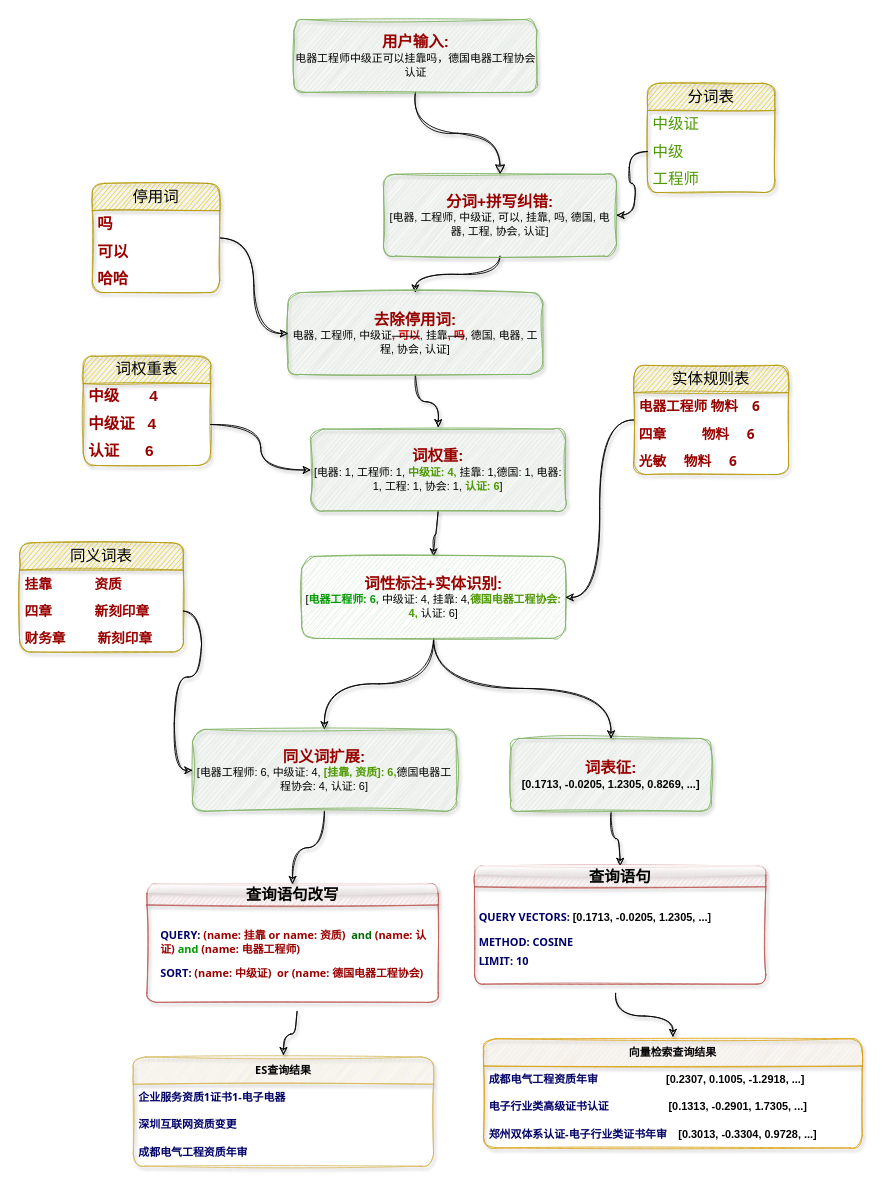
xuhaowork/myStudio keeps this draw.io diagram as 未命名绘图.drawio. Above is the earlier version. Source tidied: cells renumbered, new cells numbered last; positions are measured from the earlier drawing's top-left corner, leaving out a move shared by most shapes. Both pictures are drawn from the tidied source at 91%, with x=0, y=0 at pixel (19, 19).
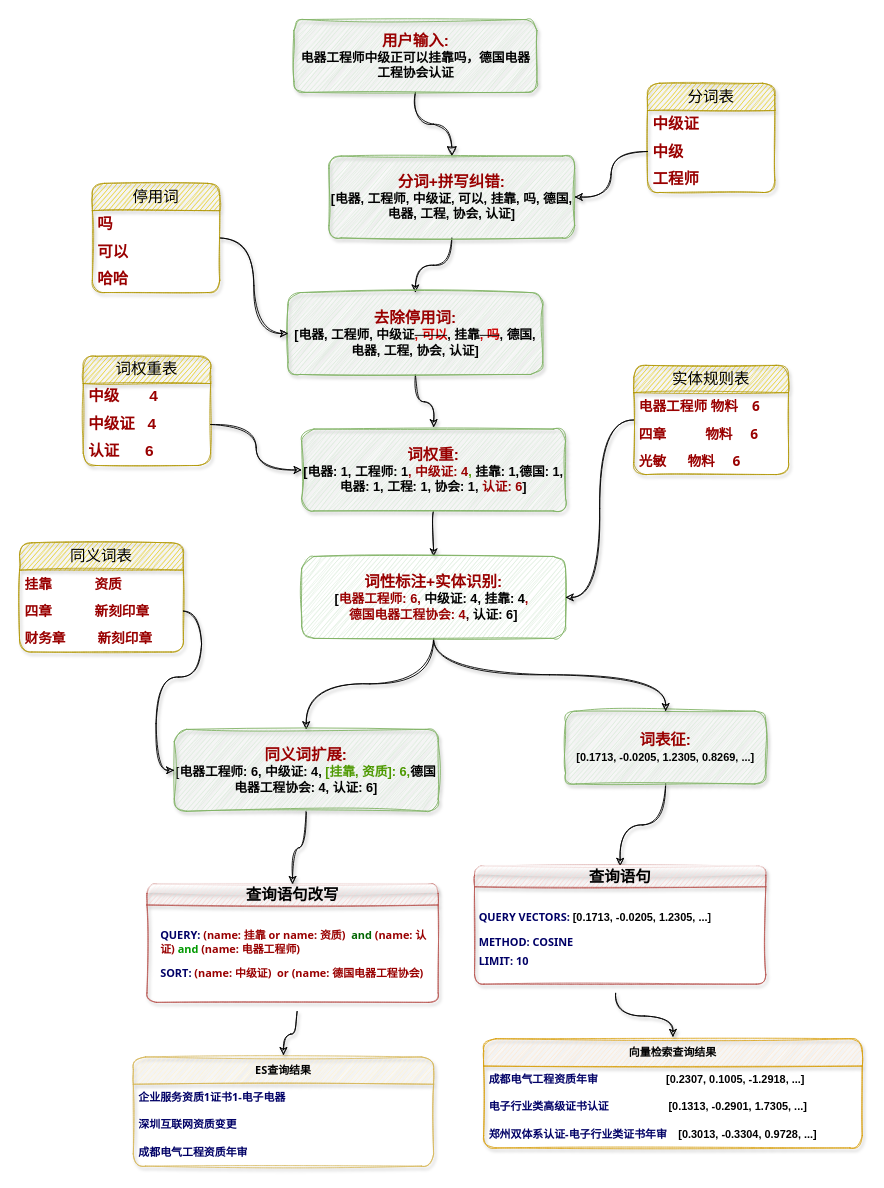
After the change.

Commit message (it also covers changes not shown here):
更新未命名绘图.drawio

The change refers to these unchanged cells:
```xml
<mxCell id="28" value="分词表" style="swimlane;fontStyle=0;horizontal=1;startSize=30;whiteSpace=wrap;html=1;rounded=1;shadow=1;dashed=1;dashPattern=1 1;sketch=1;fontFamily=Tahoma;fontSize=17;fontColor=#000000;fillColor=#e3c800;strokeColor=#B09500;" parent="1" vertex="1">
  <mxGeometry x="690" y="70" width="140" height="120" as="geometry" />
</mxCell>
<mxCell id="34" value="&lt;font style=&quot;font-size: 17px;&quot;&gt;实体规则表&lt;/font&gt;" style="swimlane;fontStyle=0;horizontal=1;startSize=30;whiteSpace=wrap;html=1;rounded=1;shadow=1;dashed=1;dashPattern=1 1;sketch=1;fontFamily=Tahoma;fontSize=12;fontColor=#000000;fillColor=#e3c800;strokeColor=#B09500;" parent="1" vertex="1">
  <mxGeometry x="675" y="380" width="170" height="120" as="geometry" />
</mxCell>
```

What changed in the source:
```diff
@@
-    <mxCell id="3" value="&lt;b style=&quot;font-size: 17px;&quot;&gt;&lt;font style=&quot;font-size: 17px;&quot; color=&quot;#990000&quot;&gt;用户输入:&lt;/font&gt;&lt;br&gt;&lt;/b&gt;&lt;font face=&quot;Tahoma&quot;&gt;电器工程师中级正可以挂靠吗，德国电器工程协会认证&lt;/font&gt;" style="rounded=1;whiteSpace=wrap;html=1;fontSize=12;glass=0;strokeWidth=1;shadow=1;sketch=1;curveFitting=1;jiggle=2;fillColor=#d5e8d4;strokeColor=#82b366;" parent="1" vertex="1">
+    <mxCell id="3" value="&lt;b style=&quot;font-size: 17px;&quot;&gt;&lt;font style=&quot;font-size: 17px;&quot; color=&quot;#990000&quot;&gt;用户输入:&lt;/font&gt;&lt;br&gt;&lt;/b&gt;&lt;font size=&quot;1&quot; face=&quot;Tahoma&quot;&gt;&lt;b style=&quot;font-size: 14px;&quot;&gt;电器工程师中级正可以挂靠吗，德国电器工程协会认证&lt;/b&gt;&lt;/font&gt;" style="rounded=1;whiteSpace=wrap;html=1;fontSize=12;glass=0;strokeWidth=1;shadow=1;sketch=1;curveFitting=1;jiggle=2;fillColor=#d5e8d4;strokeColor=#82b366;" parent="1" vertex="1">
       <mxGeometry x="301.5" width="267" height="80" as="geometry" />
     </mxCell>
@@
-    <mxCell id="5" value="&lt;b style=&quot;border-color: var(--border-color); font-size: 17px;&quot;&gt;&lt;font style=&quot;border-color: var(--border-color);&quot; color=&quot;#990000&quot;&gt;分词+拼写纠错:&lt;/font&gt;&lt;br style=&quot;border-color: var(--border-color);&quot;&gt;&lt;/b&gt;[电器, 工程师, 中级证, 可以, 挂靠, 吗, 德国, 电器, 工程, 协会, 认证]" style="rounded=1;whiteSpace=wrap;html=1;fontSize=12;glass=0;strokeWidth=1;shadow=1;sketch=1;curveFitting=1;jiggle=2;fillColor=#d5e8d4;strokeColor=#82b366;" parent="1" vertex="1">
-      <mxGeometry x="400" y="170" width="256" height="90" as="geometry" />
+    <mxCell id="5" value="&lt;b style=&quot;border-color: var(--border-color); font-size: 17px;&quot;&gt;&lt;font style=&quot;border-color: var(--border-color);&quot; color=&quot;#990000&quot;&gt;分词+拼写纠错:&lt;/font&gt;&lt;br style=&quot;border-color: var(--border-color);&quot;&gt;&lt;/b&gt;&lt;b&gt;&lt;font style=&quot;font-size: 14px;&quot;&gt;[电器, 工程师, 中级证, 可以, 挂靠, 吗, 德国, 电器, 工程, 协会, 认证]&lt;/font&gt;&lt;/b&gt;" style="rounded=1;whiteSpace=wrap;html=1;fontSize=12;glass=0;strokeWidth=1;shadow=1;sketch=1;curveFitting=1;jiggle=2;fillColor=#d5e8d4;strokeColor=#82b366;" parent="1" vertex="1">
+      <mxGeometry x="340" y="150" width="270" height="90" as="geometry" />
     </mxCell>
@@
-    <mxCell id="7" value="&lt;b style=&quot;border-color: var(--border-color); font-size: 17px;&quot;&gt;&lt;font style=&quot;border-color: var(--border-color);&quot; color=&quot;#990000&quot;&gt;去除停用词:&lt;br&gt;&lt;/font&gt;&lt;/b&gt;电器, 工程师, 中级证&lt;strike&gt;&lt;font color=&quot;#cc0000&quot;&gt;&lt;b&gt;, 可以&lt;/b&gt;&lt;/font&gt;&lt;/strike&gt;, 挂靠&lt;strike&gt;&lt;font color=&quot;#cc0000&quot;&gt;&lt;b&gt;, 吗&lt;/b&gt;&lt;/font&gt;&lt;/strike&gt;, 德国, 电器, 工程, 协会, 认证]" style="rounded=1;whiteSpace=wrap;html=1;fontSize=12;glass=0;strokeWidth=1;shadow=1;sketch=1;curveFitting=1;jiggle=2;fillColor=#d5e8d4;strokeColor=#82b366;" parent="1" vertex="1">
+    <mxCell id="7" value="&lt;b style=&quot;border-color: var(--border-color); font-size: 17px;&quot;&gt;&lt;font style=&quot;border-color: var(--border-color);&quot; color=&quot;#990000&quot;&gt;去除停用词:&lt;br&gt;&lt;/font&gt;&lt;/b&gt;&lt;b style=&quot;font-size: 14px;&quot;&gt;[电器, 工程师, 中级证&lt;strike&gt;&lt;font style=&quot;font-size: 14px;&quot; color=&quot;#cc0000&quot;&gt;, 可以&lt;/font&gt;&lt;/strike&gt;, 挂靠&lt;strike&gt;&lt;font style=&quot;font-size: 14px;&quot; color=&quot;#cc0000&quot;&gt;, 吗&lt;/font&gt;&lt;/strike&gt;, 德国, 电器, 工程, 协会, 认证]&lt;/b&gt;" style="rounded=1;whiteSpace=wrap;html=1;fontSize=12;glass=0;strokeWidth=1;shadow=1;sketch=1;curveFitting=1;jiggle=2;fillColor=#d5e8d4;strokeColor=#82b366;" parent="1" vertex="1">
       <mxGeometry x="295" y="300" width="280" height="90" as="geometry" />
     </mxCell>
@@
     <mxCell id="9" value="&lt;b style=&quot;border-color: var(--border-color); font-size: 17px;&quot;&gt;&lt;font style=&quot;border-color: var(--border-color);&quot; color=&quot;#990000&quot;&gt;词表征:&lt;/font&gt;&lt;br style=&quot;border-color: var(--border-color);&quot;&gt;&lt;/b&gt;&lt;b&gt;[0.1713, -0.0205, 1.2305, 0.8269, ...]&lt;/b&gt;" style="rounded=1;whiteSpace=wrap;html=1;fontSize=12;glass=0;strokeWidth=1;shadow=1;sketch=1;curveFitting=1;jiggle=2;fillColor=#d5e8d4;strokeColor=#82b366;" parent="1" vertex="1">
-      <mxGeometry x="540" y="790" width="220" height="80" as="geometry" />
+      <mxGeometry x="600" y="760" width="220" height="80" as="geometry" />
     </mxCell>
@@
-    <mxCell id="11" value="&lt;b style=&quot;border-color: var(--border-color); font-size: 17px;&quot;&gt;&lt;font style=&quot;border-color: var(--border-color);&quot; color=&quot;#990000&quot;&gt;词权重:&lt;/font&gt;&lt;br style=&quot;border-color: var(--border-color);&quot;&gt;&lt;/b&gt;[电器: 1, 工程师: 1, &lt;b&gt;&lt;font color=&quot;#4d9900&quot;&gt;中级证: 4, &lt;/font&gt;&lt;/b&gt;挂靠: 1,德国: 1, 电器: 1, 工程: 1, 协会: 1, &lt;b&gt;&lt;font color=&quot;#4d9900&quot;&gt;认证: 6&lt;/font&gt;&lt;/b&gt;]" style="rounded=1;whiteSpace=wrap;html=1;fontSize=12;glass=0;strokeWidth=1;shadow=1;sketch=1;curveFitting=1;jiggle=2;fillColor=#d5e8d4;strokeColor=#82b366;" parent="1" vertex="1">
-      <mxGeometry x="320" y="450" width="280" height="90" as="geometry" />
+    <mxCell id="11" value="&lt;b style=&quot;border-color: var(--border-color); font-size: 17px;&quot;&gt;&lt;font style=&quot;border-color: var(--border-color);&quot; color=&quot;#990000&quot;&gt;词权重:&lt;/font&gt;&lt;br style=&quot;border-color: var(--border-color);&quot;&gt;&lt;/b&gt;&lt;font style=&quot;font-size: 14px;&quot;&gt;&lt;b&gt;[电器: 1, 工程师: 1&lt;font style=&quot;font-size: 14px;&quot; color=&quot;#990000&quot;&gt;, 中级证: 4&lt;/font&gt;&lt;font style=&quot;font-size: 14px;&quot; color=&quot;#4d9900&quot;&gt;, &lt;/font&gt;挂靠: 1,德国: 1, 电器: 1, 工程: 1, 协会: 1, &lt;font style=&quot;font-size: 14px;&quot; color=&quot;#990000&quot;&gt;认证: 6&lt;/font&gt;]&lt;/b&gt;&lt;/font&gt;" style="rounded=1;whiteSpace=wrap;html=1;fontSize=12;glass=0;strokeWidth=1;shadow=1;sketch=1;curveFitting=1;jiggle=2;fillColor=#d5e8d4;strokeColor=#82b366;" parent="1" vertex="1">
+      <mxGeometry x="310" y="450" width="290" height="90" as="geometry" />
     </mxCell>
@@
-    <mxCell id="14" value="&lt;b style=&quot;border-color: var(--border-color); font-size: 17px;&quot;&gt;&lt;font style=&quot;border-color: var(--border-color);&quot; color=&quot;#990000&quot;&gt;词性标注+实体识别:&lt;/font&gt;&lt;br style=&quot;border-color: var(--border-color);&quot;&gt;&lt;/b&gt;[&lt;font color=&quot;#009900&quot;&gt;&lt;b&gt;电器工程师: 6, &lt;/b&gt;&lt;/font&gt;中级证: 4, 挂靠: 4,&lt;b&gt;&lt;font color=&quot;#4d9900&quot;&gt;德国电器工程协会: 4, &lt;/font&gt;&lt;/b&gt;认证: 6]" style="rounded=1;whiteSpace=wrap;html=1;fontSize=12;glass=0;strokeWidth=1;shadow=0;sketch=1;curveFitting=1;jiggle=2;fillColor=#d5e8d4;strokeColor=#82b366;" parent="1" vertex="1">
+    <mxCell id="14" value="&lt;b style=&quot;border-color: var(--border-color); font-size: 17px;&quot;&gt;&lt;font style=&quot;border-color: var(--border-color);&quot; color=&quot;#990000&quot;&gt;词性标注+实体识别:&lt;/font&gt;&lt;br style=&quot;border-color: var(--border-color);&quot;&gt;&lt;/b&gt;&lt;b style=&quot;font-size: 14px;&quot;&gt;[&lt;font color=&quot;#990000&quot; style=&quot;font-size: 14px;&quot;&gt;电器工程师: 6,&lt;/font&gt;&lt;font style=&quot;font-size: 14px;&quot; color=&quot;#009900&quot;&gt; &lt;/font&gt;中级证: 4, 挂靠: 4&lt;font color=&quot;#990000&quot;&gt;,&amp;nbsp;&lt;br&gt;&lt;font style=&quot;font-size: 14px;&quot;&gt;德国电器工程协会: 4&lt;/font&gt;&lt;/font&gt;&lt;font color=&quot;#330000&quot; style=&quot;font-size: 14px;&quot;&gt;, &lt;/font&gt;认证: 6]&lt;/b&gt;" style="rounded=1;whiteSpace=wrap;html=1;fontSize=12;glass=0;strokeWidth=1;shadow=0;sketch=1;curveFitting=1;jiggle=2;fillColor=#d5e8d4;strokeColor=#82b366;" parent="1" vertex="1">
       <mxGeometry x="310" y="590" width="290" height="90" as="geometry" />
     </mxCell>
@@
-    <mxCell id="27" value="&lt;b style=&quot;border-color: var(--border-color); font-size: 17px;&quot;&gt;&lt;font style=&quot;border-color: var(--border-color);&quot; color=&quot;#990000&quot;&gt;同义词扩展:&lt;/font&gt;&lt;br style=&quot;border-color: var(--border-color);&quot;&gt;&lt;/b&gt;[电器工程师: 6, 中级证: 4, &lt;b&gt;&lt;font color=&quot;#4d9900&quot;&gt;[挂靠, 资质]: 6,&lt;/font&gt;&lt;/b&gt;德国电器工程协会: 4, 认证: 6]" style="rounded=1;whiteSpace=wrap;html=1;fontSize=12;glass=0;strokeWidth=1;shadow=1;sketch=1;curveFitting=1;jiggle=2;fillColor=#d5e8d4;strokeColor=#82b366;" parent="1" vertex="1">
-      <mxGeometry x="190" y="780" width="290" height="90" as="geometry" />
+    <mxCell id="27" value="&lt;b style=&quot;border-color: var(--border-color); font-size: 17px;&quot;&gt;&lt;font style=&quot;border-color: var(--border-color);&quot; color=&quot;#990000&quot;&gt;同义词扩展:&lt;/font&gt;&lt;br style=&quot;border-color: var(--border-color);&quot;&gt;&lt;/b&gt;&lt;font style=&quot;font-size: 14px;&quot;&gt;[&lt;b&gt;电器工程师: 6, 中级证: 4, &lt;font style=&quot;font-size: 14px;&quot; color=&quot;#4d9900&quot;&gt;[挂靠, 资质]: 6,&lt;/font&gt;德国电器工程协会: 4, 认证: 6]&lt;/b&gt;&lt;/font&gt;" style="rounded=1;whiteSpace=wrap;html=1;fontSize=12;glass=0;strokeWidth=1;shadow=1;sketch=1;curveFitting=1;jiggle=2;fillColor=#d5e8d4;strokeColor=#82b366;" parent="1" vertex="1">
+      <mxGeometry x="170" y="780" width="290" height="90" as="geometry" />
     </mxCell>
@@
-    <mxCell id="29" value="中级证" style="text;strokeColor=none;fillColor=none;align=left;verticalAlign=middle;spacingLeft=4;spacingRight=4;overflow=hidden;whiteSpace=wrap;html=1;fontSize=17;fontFamily=Tahoma;fontColor=#4D9900;" parent="28" vertex="1">
+    <mxCell id="29" value="&lt;font color=&quot;#990000&quot;&gt;&lt;b&gt;中级证&lt;/b&gt;&lt;/font&gt;" style="text;strokeColor=none;fillColor=none;align=left;verticalAlign=middle;spacingLeft=4;spacingRight=4;overflow=hidden;whiteSpace=wrap;html=1;fontSize=17;fontFamily=Tahoma;fontColor=#4D9900;" parent="28" vertex="1">
       <mxGeometry y="30" width="140" height="30" as="geometry" />
     </mxCell>
-    <mxCell id="30" value="中级" style="text;strokeColor=none;fillColor=none;align=left;verticalAlign=middle;spacingLeft=4;spacingRight=4;overflow=hidden;points=[[0,0.5],[1,0.5]];portConstraint=eastwest;whiteSpace=wrap;html=1;fontSize=17;fontFamily=Tahoma;fontColor=#4D9900;" parent="28" vertex="1">
+    <mxCell id="30" value="&lt;font color=&quot;#990000&quot;&gt;&lt;b&gt;中级&lt;/b&gt;&lt;/font&gt;" style="text;strokeColor=none;fillColor=none;align=left;verticalAlign=middle;spacingLeft=4;spacingRight=4;overflow=hidden;points=[[0,0.5],[1,0.5]];portConstraint=eastwest;whiteSpace=wrap;html=1;fontSize=17;fontFamily=Tahoma;fontColor=#4D9900;" parent="28" vertex="1">
       <mxGeometry y="60" width="140" height="30" as="geometry" />
     </mxCell>
-    <mxCell id="31" value="工程师" style="text;strokeColor=none;fillColor=none;align=left;verticalAlign=middle;spacingLeft=4;spacingRight=4;overflow=hidden;whiteSpace=wrap;html=1;fontSize=17;fontFamily=Tahoma;fontColor=#4D9900;" parent="28" vertex="1">
+    <mxCell id="31" value="&lt;font color=&quot;#990000&quot;&gt;&lt;b&gt;工程师&lt;/b&gt;&lt;/font&gt;" style="text;strokeColor=none;fillColor=none;align=left;verticalAlign=middle;spacingLeft=4;spacingRight=4;overflow=hidden;whiteSpace=wrap;html=1;fontSize=17;fontFamily=Tahoma;fontColor=#4D9900;" parent="28" vertex="1">
       <mxGeometry y="90" width="140" height="30" as="geometry" />
     </mxCell>
@@
-    <mxCell id="36" value="&lt;font color=&quot;#990000&quot; style=&quot;font-size: 15px;&quot;&gt;&lt;b&gt;四章&lt;span style=&quot;white-space: pre;&quot;&gt; &lt;/span&gt;&amp;nbsp; &amp;nbsp; &amp;nbsp; &amp;nbsp; &amp;nbsp;物料&amp;nbsp; &amp;nbsp; &amp;nbsp;6&lt;/b&gt;&lt;/font&gt;" style="text;strokeColor=none;fillColor=none;align=left;verticalAlign=middle;spacingLeft=4;spacingRight=4;overflow=hidden;whiteSpace=wrap;html=1;fontSize=12;fontFamily=Tahoma;fontColor=#006600;" parent="34" vertex="1">
+    <mxCell id="36" value="&lt;font color=&quot;#990000&quot; style=&quot;font-size: 15px;&quot;&gt;&lt;b&gt;四章&lt;span style=&quot;white-space: pre;&quot;&gt; &lt;/span&gt;&amp;nbsp; &amp;nbsp; &amp;nbsp; &amp;nbsp; &amp;nbsp; 物料&amp;nbsp; &amp;nbsp; &amp;nbsp;6&lt;/b&gt;&lt;/font&gt;" style="text;strokeColor=none;fillColor=none;align=left;verticalAlign=middle;spacingLeft=4;spacingRight=4;overflow=hidden;whiteSpace=wrap;html=1;fontSize=12;fontFamily=Tahoma;fontColor=#006600;" parent="34" vertex="1">
       <mxGeometry y="60" width="170" height="30" as="geometry" />
     </mxCell>
-    <mxCell id="37" value="&lt;font color=&quot;#990000&quot; style=&quot;font-size: 15px;&quot;&gt;&lt;b&gt;光敏&amp;nbsp; &amp;nbsp;&lt;span style=&quot;white-space: pre;&quot;&gt; &lt;/span&gt;&amp;nbsp;物料&amp;nbsp; &amp;nbsp; &amp;nbsp;6&lt;/b&gt;&lt;/font&gt;" style="text;strokeColor=none;fillColor=none;align=left;verticalAlign=middle;spacingLeft=4;spacingRight=4;overflow=hidden;whiteSpace=wrap;html=1;fontSize=12;fontFamily=Tahoma;fontColor=#006600;" parent="34" vertex="1">
+    <mxCell id="37" value="&lt;font color=&quot;#990000&quot; style=&quot;font-size: 15px;&quot;&gt;&lt;b&gt;光敏&amp;nbsp; &amp;nbsp;&lt;span style=&quot;white-space: pre;&quot;&gt; &lt;/span&gt;&amp;nbsp; 物料&amp;nbsp; &amp;nbsp; &amp;nbsp;6&lt;/b&gt;&lt;/font&gt;" style="text;strokeColor=none;fillColor=none;align=left;verticalAlign=middle;spacingLeft=4;spacingRight=4;overflow=hidden;whiteSpace=wrap;html=1;fontSize=12;fontFamily=Tahoma;fontColor=#006600;" parent="34" vertex="1">
       <mxGeometry y="90" width="170" height="30" as="geometry" />
     </mxCell>
```
